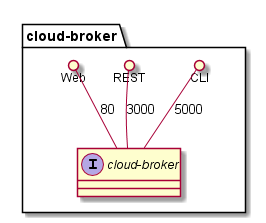
This is docs/Solution/Services/cloud-broker/Logical.png from CAADE/C3, a PlantUML export, as it was before one commit. Its diagram source:
```plantuml
@startuml

package "cloud-broker" {
    interface "cloud-broker" {

    }
    CLI ()-- "cloud-broker" : 5000
    REST ()-- "cloud-broker" : 3000
    Web ()-- "cloud-broker" : 80
}


@enduml
```
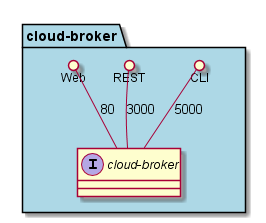
The same diagram one commit later.

What changed in the source:
```diff
@@ -1,6 +1,6 @@
 @startuml
 
-package "cloud-broker" {
+package "cloud-broker" #lightblue {
     interface "cloud-broker" {
 
     }
```
